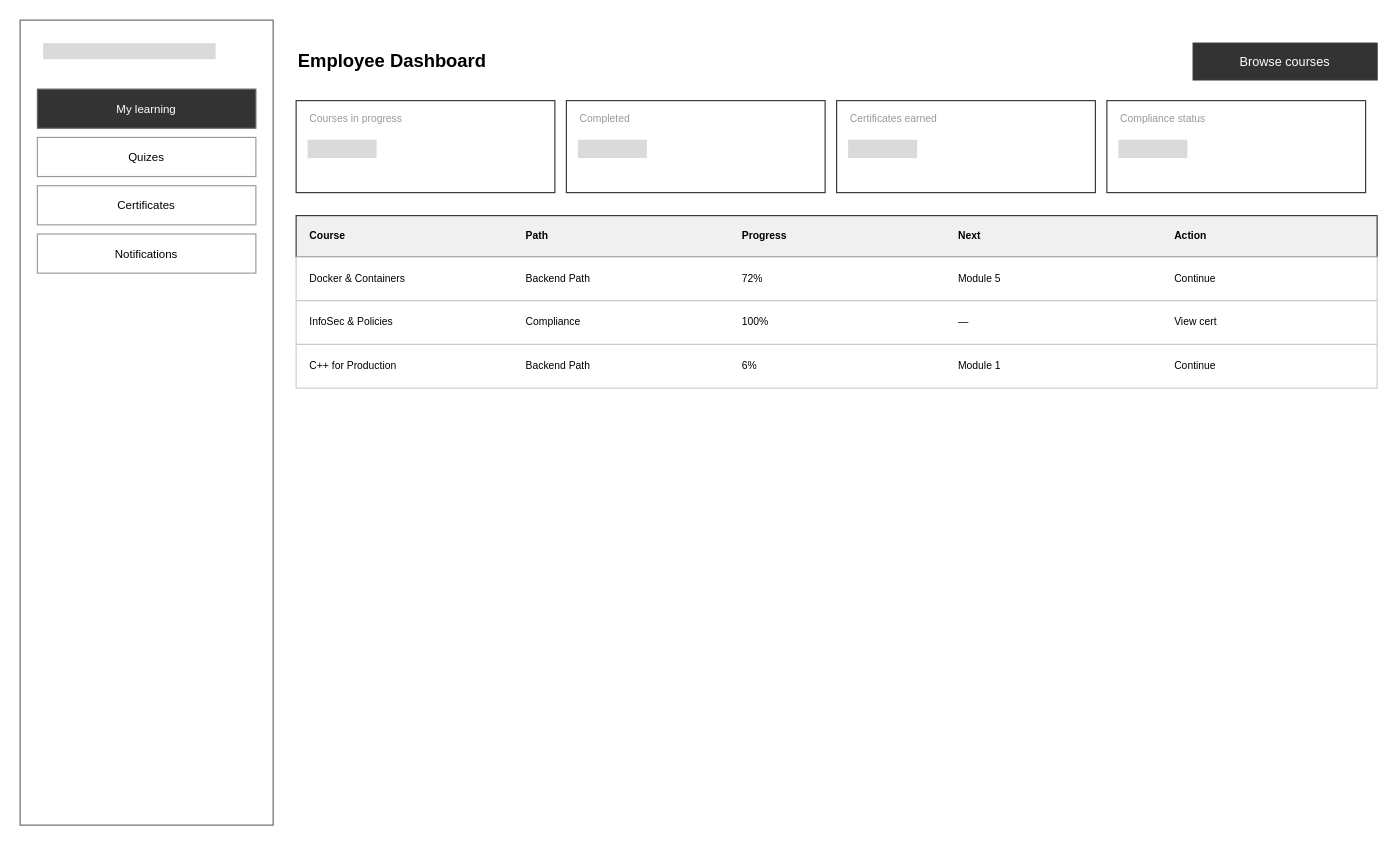
This is page "6 Employee Dashboard" (6 of 11) of docs/CourseWebsite_WireDiagram.drawio.xml from ShaniCodeBreaker/Coursify, a draw.io file, before an edit. Source tidied: cells renumbered, new cells numbered last; positions are measured from the earlier drawing's top-left corner, leaving out a move shared by most shapes. Both pictures are drawn from the tidied source at 115%, with x=0, y=0 at pixel (20, 20).
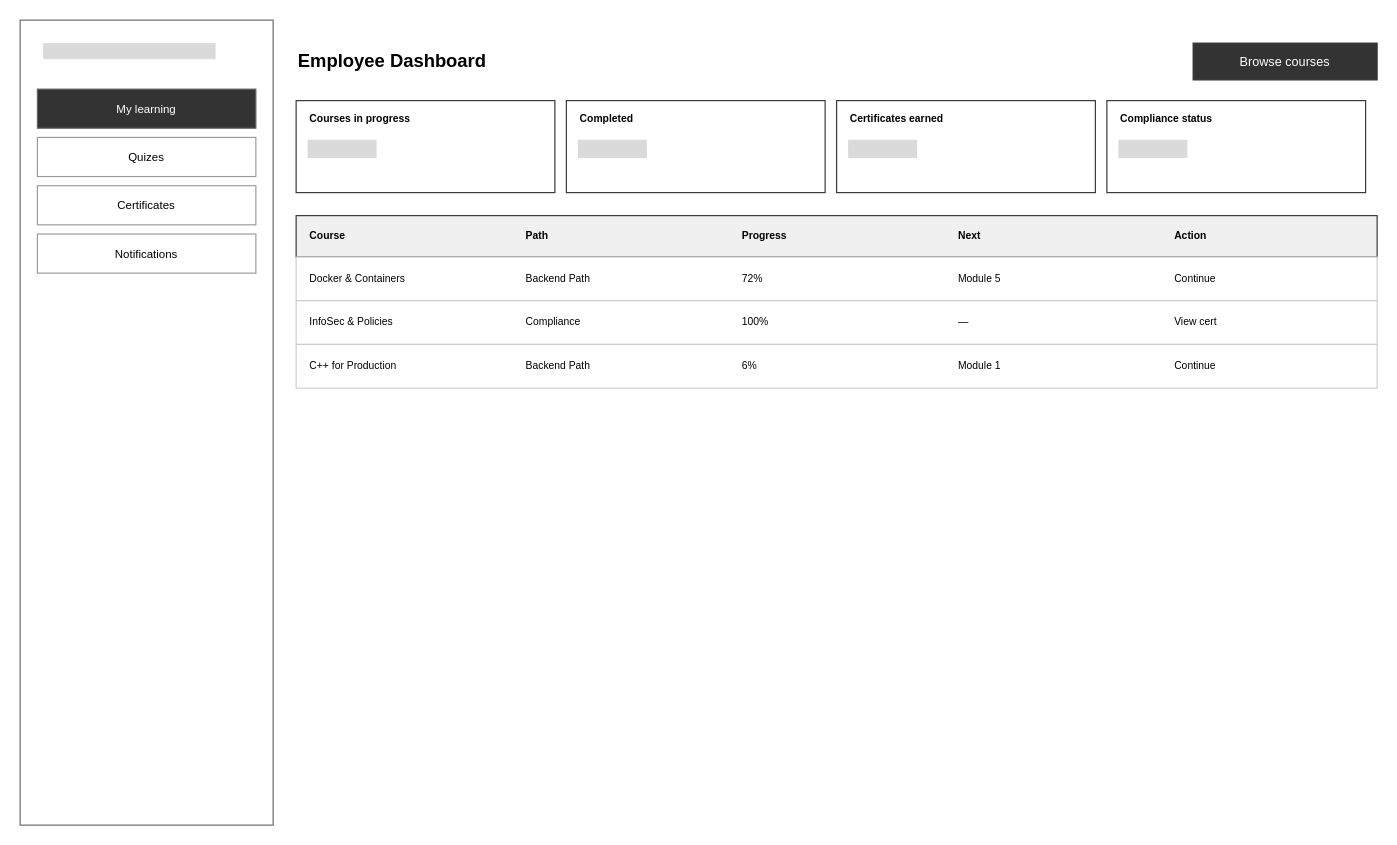
Above is the later version.

What changed in the source:
```diff
@@
-    <mxCell id="11" value="Courses in progress" style="text;html=1;fillColor=none;strokeColor=none;fontSize=12;fontStyle=1;align=left;verticalAlign=middle;fontSize=9;fontStyle=0;fontColor=#999999;" parent="1" vertex="1">
+    <mxCell id="11" value="&lt;b style=&quot;color: rgb(0, 0, 0);&quot;&gt;Courses in progress&lt;/b&gt;" style="text;html=1;fillColor=none;strokeColor=none;fontSize=12;fontStyle=1;align=left;verticalAlign=middle;fontSize=9;fontStyle=0;fontColor=#999999;" parent="1" vertex="1">
       <mxGeometry x="250" y="78" width="205" height="16" as="geometry" />
     </mxCell>
@@
-    <mxCell id="14" value="Completed" style="text;html=1;fillColor=none;strokeColor=none;fontSize=12;fontStyle=1;align=left;verticalAlign=middle;fontSize=9;fontStyle=0;fontColor=#999999;" parent="1" vertex="1">
+    <mxCell id="14" value="&lt;b style=&quot;color: rgb(0, 0, 0);&quot;&gt;Completed&lt;/b&gt;" style="text;html=1;fillColor=none;strokeColor=none;fontSize=12;fontStyle=1;align=left;verticalAlign=middle;fontSize=9;fontStyle=0;fontColor=#999999;" parent="1" vertex="1">
       <mxGeometry x="485" y="78" width="205" height="16" as="geometry" />
     </mxCell>
@@
-    <mxCell id="17" value="Certificates earned" style="text;html=1;fillColor=none;strokeColor=none;fontSize=12;fontStyle=1;align=left;verticalAlign=middle;fontSize=9;fontStyle=0;fontColor=#999999;" parent="1" vertex="1">
+    <mxCell id="17" value="&lt;b style=&quot;color: rgb(0, 0, 0);&quot;&gt;Certificates earned&lt;/b&gt;" style="text;html=1;fillColor=none;strokeColor=none;fontSize=12;fontStyle=1;align=left;verticalAlign=middle;fontSize=9;fontStyle=0;fontColor=#999999;" parent="1" vertex="1">
       <mxGeometry x="720" y="78" width="205" height="16" as="geometry" />
     </mxCell>
@@
-    <mxCell id="20" value="Compliance status" style="text;html=1;fillColor=none;strokeColor=none;fontSize=12;fontStyle=1;align=left;verticalAlign=middle;fontSize=9;fontStyle=0;fontColor=#999999;" parent="1" vertex="1">
+    <mxCell id="20" value="&lt;b style=&quot;color: rgb(0, 0, 0);&quot;&gt;Compliance status&lt;/b&gt;" style="text;html=1;fillColor=none;strokeColor=none;fontSize=12;fontStyle=1;align=left;verticalAlign=middle;fontSize=9;fontStyle=0;fontColor=#999999;" parent="1" vertex="1">
       <mxGeometry x="955" y="78" width="205" height="16" as="geometry" />
     </mxCell>
```
